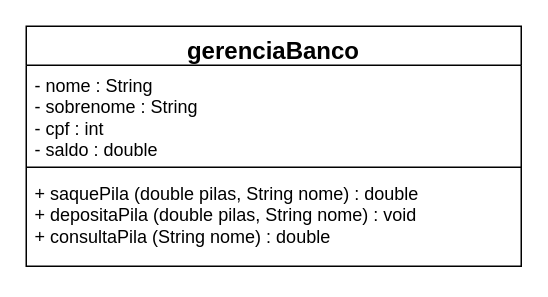
The draw.io diagram Diagrama sem nome.drawio in ENGENHARIA-DE-SOFTWARE-UNOPAR/gerenciaBanco, before the edit. Source tidied: cells renumbered, new cells numbered last; positions are measured from the earlier drawing's top-left corner, leaving out a move shared by most shapes. Both pictures are drawn from the tidied source at 150%, with x=0, y=0 at pixel (26, 26).
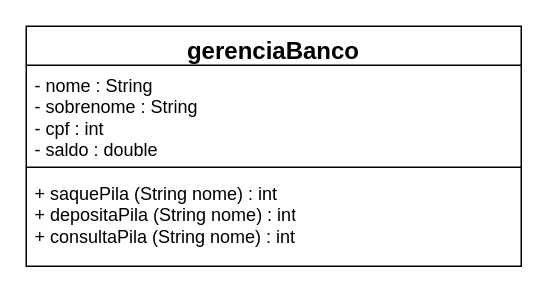
After the change.

Diff of the diagram source:
```diff
@@
 <mxGraphModel>
   <root>
     <mxCell id="0" />
     <mxCell id="1" parent="0" />
     <mxCell id="2" value="&lt;font style=&quot;font-size: 16px;&quot;&gt;gerenciaBanco&lt;/font&gt;" style="swimlane;fontStyle=1;align=center;verticalAlign=top;horizontal=1;startSize=26;whiteSpace=wrap;html=1;" parent="1" vertex="1">
       <mxGeometry width="330" height="160" as="geometry" />
     </mxCell>
     <mxCell id="3" value="- nome : String&lt;br&gt;- sobrenome : String&lt;br&gt;- cpf : int&lt;br&gt;- saldo : double" style="text;strokeColor=none;fillColor=none;align=left;verticalAlign=top;spacingLeft=4;spacingRight=4;overflow=hidden;whiteSpace=wrap;html=1;" parent="2" vertex="1">
       <mxGeometry y="26" width="330" height="64" as="geometry" />
     </mxCell>
     <mxCell id="4" style="line;strokeWidth=1;fillColor=none;align=left;verticalAlign=middle;spacingTop=-1;spacingLeft=3;spacingRight=3;labelPosition=right;strokeColor=inherit;" parent="2" vertex="1">
       <mxGeometry y="90" width="330" height="8" as="geometry" />
     </mxCell>
-    <mxCell id="5" value="+ saquePila (double pilas, String nome) : double&lt;br&gt;+ depositaPila (double pilas, String nome) : void&lt;br&gt;+ consultaPila (String nome) : double" style="text;strokeColor=none;fillColor=none;align=left;verticalAlign=top;spacingLeft=4;spacingRight=4;overflow=hidden;whiteSpace=wrap;html=1;" parent="2" vertex="1">
+    <mxCell id="5" value="+ saquePila (String nome) : int&lt;br&gt;+ depositaPila (String nome) : int&lt;br&gt;+ consultaPila (String nome) : int" style="text;strokeColor=none;fillColor=none;align=left;verticalAlign=top;spacingLeft=4;spacingRight=4;overflow=hidden;whiteSpace=wrap;html=1;" parent="2" vertex="1">
       <mxGeometry y="98" width="330" height="62" as="geometry" />
     </mxCell>
   </root>
 </mxGraphModel>
```
